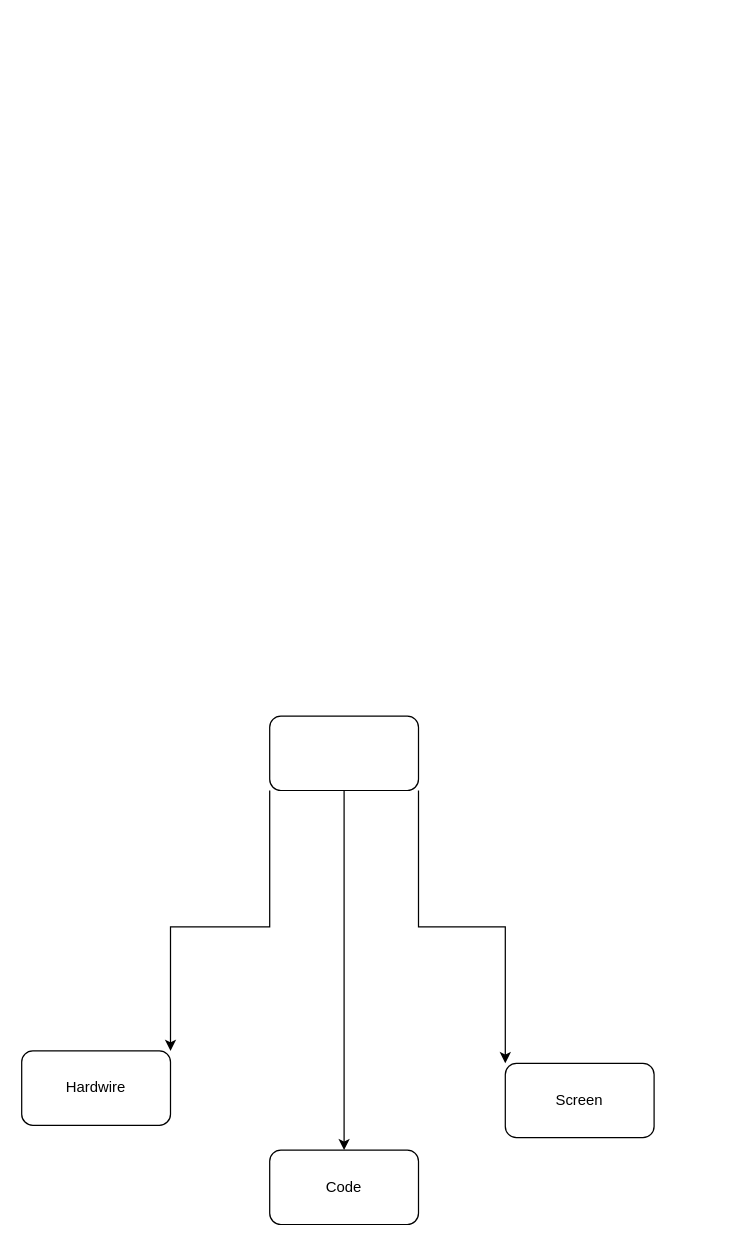
The draw.io diagram ADC Project.drawio in glib2002/Geophone-projectV2.0, before the edit. Source tidied: cells renumbered, new cells numbered last; positions are measured from the earlier drawing's top-left corner, leaving out a move shared by most shapes. Both pictures are drawn from the tidied source at 124%, with x=0, y=0 at pixel (21, 715).
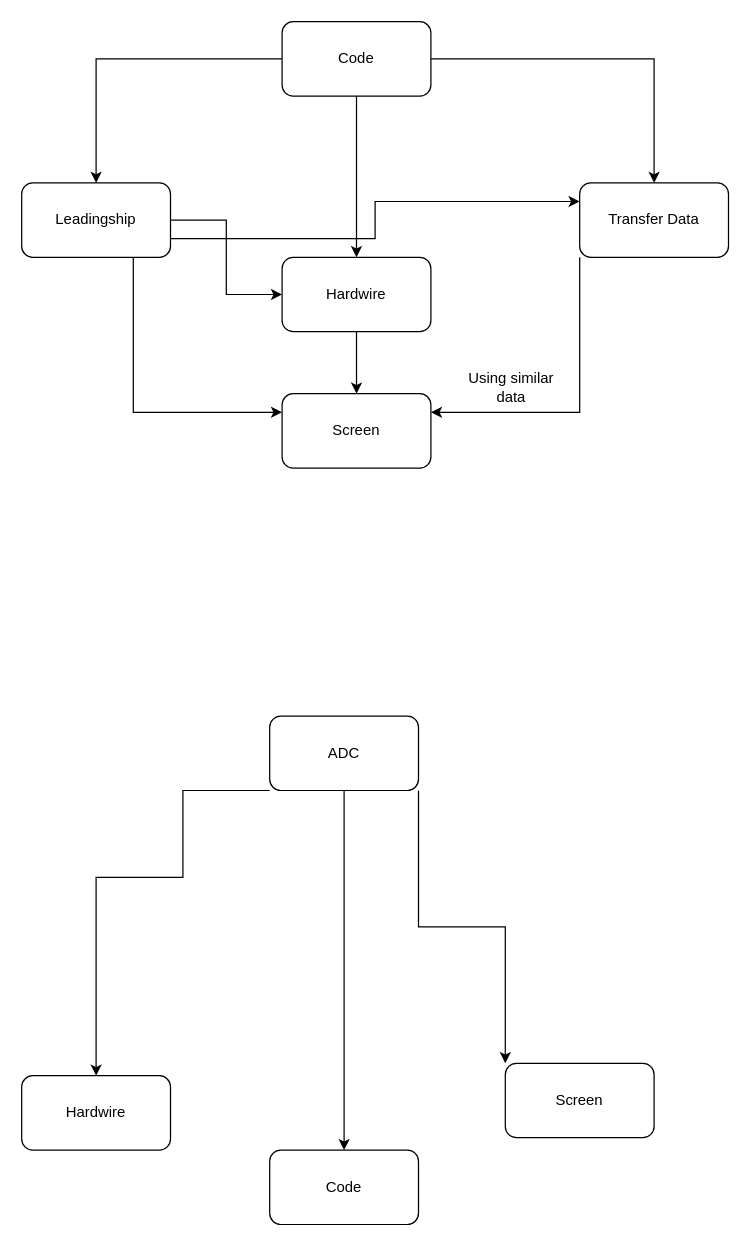
Above is the later version.

Change to the diagram source:
```diff
@@
-    <mxCell id="2" style="edgeStyle=orthogonalEdgeStyle;rounded=0;jettySize=auto;html=1;exitX=0;exitY=1;exitDx=0;exitDy=0;entryX=1;entryY=0;entryDx=0;entryDy=0;" parent="1" edge="1" source="5" target="8">
+    <mxCell id="2" style="edgeStyle=orthogonalEdgeStyle;rounded=0;jettySize=auto;html=1;exitX=0;exitY=1;exitDx=0;exitDy=0;entryX=0.5;entryY=0;entryDx=0;entryDy=0;" parent="1" edge="1" source="5" target="8">
       <mxGeometry relative="1" as="geometry">
         <Array as="points">
-          <mxPoint x="200" y="170" />
-          <mxPoint x="120" y="170" />
+          <mxPoint x="130" y="60" />
+          <mxPoint x="130" y="130" />
+          <mxPoint x="60" y="130" />
         </Array>
       </mxGeometry>
     </mxCell>
@@
-    <mxCell id="5" style="rounded=1;whiteSpace=wrap;html=1;" parent="1" vertex="1">
+    <mxCell id="5" value="ADC" style="rounded=1;whiteSpace=wrap;html=1;" parent="1" vertex="1">
       <mxGeometry x="200" width="120" height="60" as="geometry" />
     </mxCell>
@@
     <mxCell id="8" value="Hardwire" style="rounded=1;whiteSpace=wrap;html=1;" parent="1" vertex="1">
-      <mxGeometry y="270" width="120" height="60" as="geometry" />
+      <mxGeometry y="290" width="120" height="60" as="geometry" />
     </mxCell>
+    <mxCell id="9" style="edgeStyle=orthogonalEdgeStyle;rounded=0;jettySize=auto;html=1;exitX=1;exitY=0.5;exitDx=0;exitDy=0;entryX=0.5;entryY=0;entryDx=0;entryDy=0;" parent="1" edge="1" source="12" target="16">
+      <mxGeometry relative="1" as="geometry" />
+    </mxCell>
+    <mxCell id="10" style="edgeStyle=orthogonalEdgeStyle;rounded=0;jettySize=auto;html=1;exitX=0.5;exitY=1;exitDx=0;exitDy=0;" parent="1" edge="1" source="12" target="14">
+      <mxGeometry relative="1" as="geometry" />
+    </mxCell>
+    <mxCell id="11" style="edgeStyle=orthogonalEdgeStyle;rounded=0;jettySize=auto;html=1;exitX=0;exitY=0.5;exitDx=0;exitDy=0;entryX=0.5;entryY=0;entryDx=0;entryDy=0;" parent="1" edge="1" source="12" target="20">
+      <mxGeometry relative="1" as="geometry" />
+    </mxCell>
+    <mxCell id="12" value="Code" style="rounded=1;whiteSpace=wrap;html=1;" parent="1" vertex="1">
+      <mxGeometry x="210" y="-560" width="120" height="60" as="geometry" />
+    </mxCell>
+    <mxCell id="13" style="edgeStyle=orthogonalEdgeStyle;rounded=0;jettySize=auto;html=1;exitX=0.5;exitY=1;exitDx=0;exitDy=0;entryX=0.5;entryY=0;entryDx=0;entryDy=0;" parent="1" edge="1" source="14" target="21">
+      <mxGeometry relative="1" as="geometry" />
+    </mxCell>
+    <mxCell id="14" value="Hardwire" style="rounded=1;whiteSpace=wrap;html=1;" parent="1" vertex="1">
+      <mxGeometry x="210" y="-370" width="120" height="60" as="geometry" />
+    </mxCell>
+    <mxCell id="15" style="edgeStyle=orthogonalEdgeStyle;rounded=0;jettySize=auto;html=1;exitX=0;exitY=1;exitDx=0;exitDy=0;entryX=1;entryY=0.25;entryDx=0;entryDy=0;" parent="1" edge="1" source="16" target="21">
+      <mxGeometry relative="1" as="geometry" />
+    </mxCell>
+    <mxCell id="16" value="Transfer Data" style="rounded=1;whiteSpace=wrap;html=1;" parent="1" vertex="1">
+      <mxGeometry x="450" y="-430" width="120" height="60" as="geometry" />
+    </mxCell>
+    <mxCell id="17" style="edgeStyle=orthogonalEdgeStyle;rounded=0;jettySize=auto;html=1;exitX=1;exitY=0.5;exitDx=0;exitDy=0;entryX=0;entryY=0.5;entryDx=0;entryDy=0;" parent="1" edge="1" source="20" target="14">
+      <mxGeometry relative="1" as="geometry" />
+    </mxCell>
+    <mxCell id="18" style="edgeStyle=orthogonalEdgeStyle;rounded=0;jettySize=auto;html=1;exitX=1;exitY=0.75;exitDx=0;exitDy=0;entryX=0;entryY=0.25;entryDx=0;entryDy=0;" parent="1" edge="1" source="20" target="16">
+      <mxGeometry relative="1" as="geometry" />
+    </mxCell>
+    <mxCell id="19" style="edgeStyle=orthogonalEdgeStyle;rounded=0;jettySize=auto;html=1;exitX=0.75;exitY=1;exitDx=0;exitDy=0;entryX=0;entryY=0.25;entryDx=0;entryDy=0;" parent="1" edge="1" source="20" target="21">
+      <mxGeometry relative="1" as="geometry" />
+    </mxCell>
+    <mxCell id="20" value="Leadingship" style="rounded=1;whiteSpace=wrap;html=1;" parent="1" vertex="1">
+      <mxGeometry y="-430" width="120" height="60" as="geometry" />
+    </mxCell>
+    <mxCell id="21" value="Screen" style="rounded=1;whiteSpace=wrap;html=1;" parent="1" vertex="1">
+      <mxGeometry x="210" y="-260" width="120" height="60" as="geometry" />
+    </mxCell>
+    <mxCell id="22" value="Using similar data" style="text;html=1;strokeColor=none;fillColor=none;align=center;verticalAlign=middle;whiteSpace=wrap;rounded=0;" parent="1" vertex="1">
+      <mxGeometry x="350" y="-290" width="90" height="50" as="geometry" />
+    </mxCell>
```
